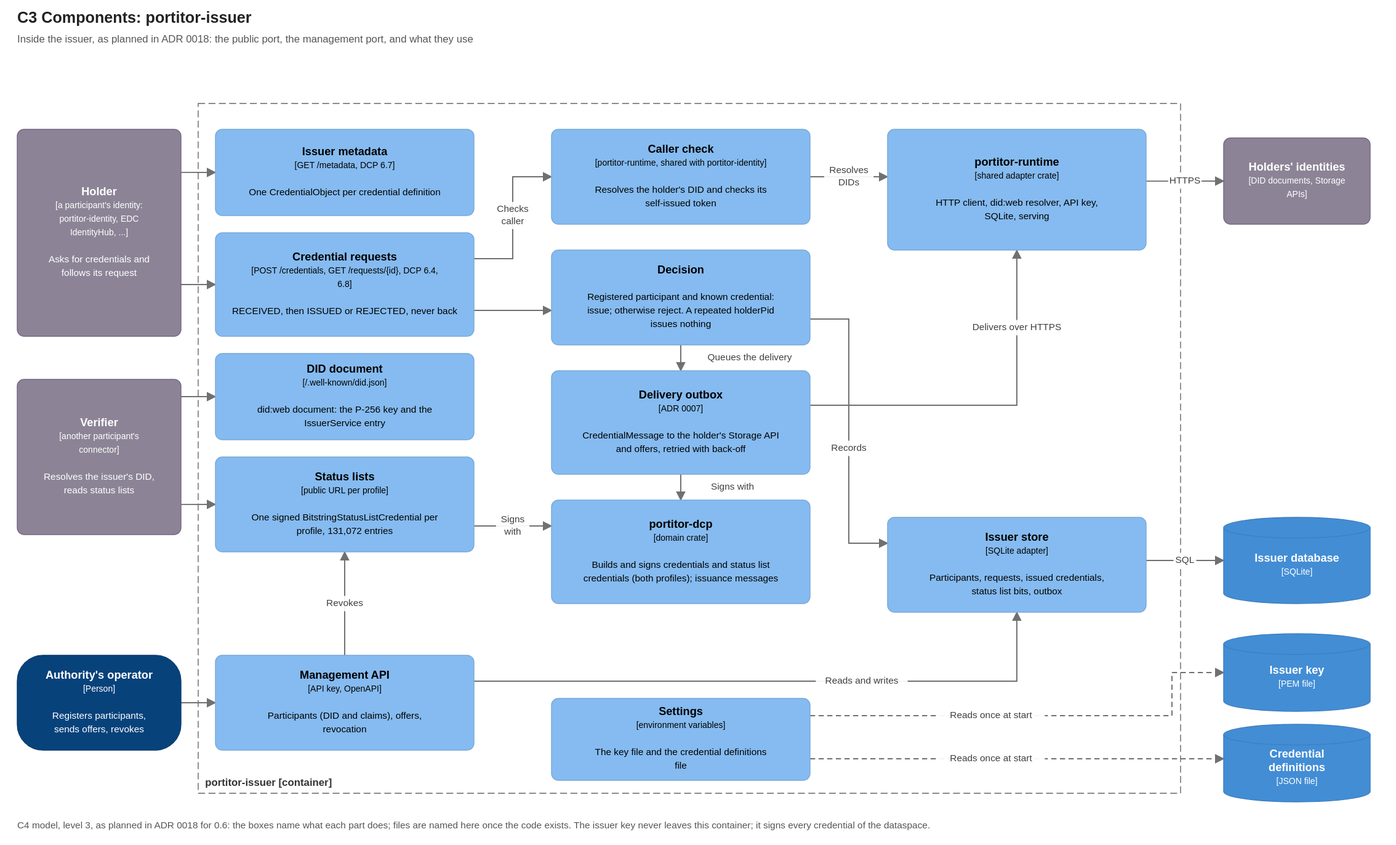
Above: docs/diagrams/c3-issuer-components.drawio.svg in brunopacheco1/ldsc (draw.io), before the change. Source tidied: cells renumbered, new cells last; positions are measured from the earlier drawing's top-left corner, leaving out a move shared by most shapes.
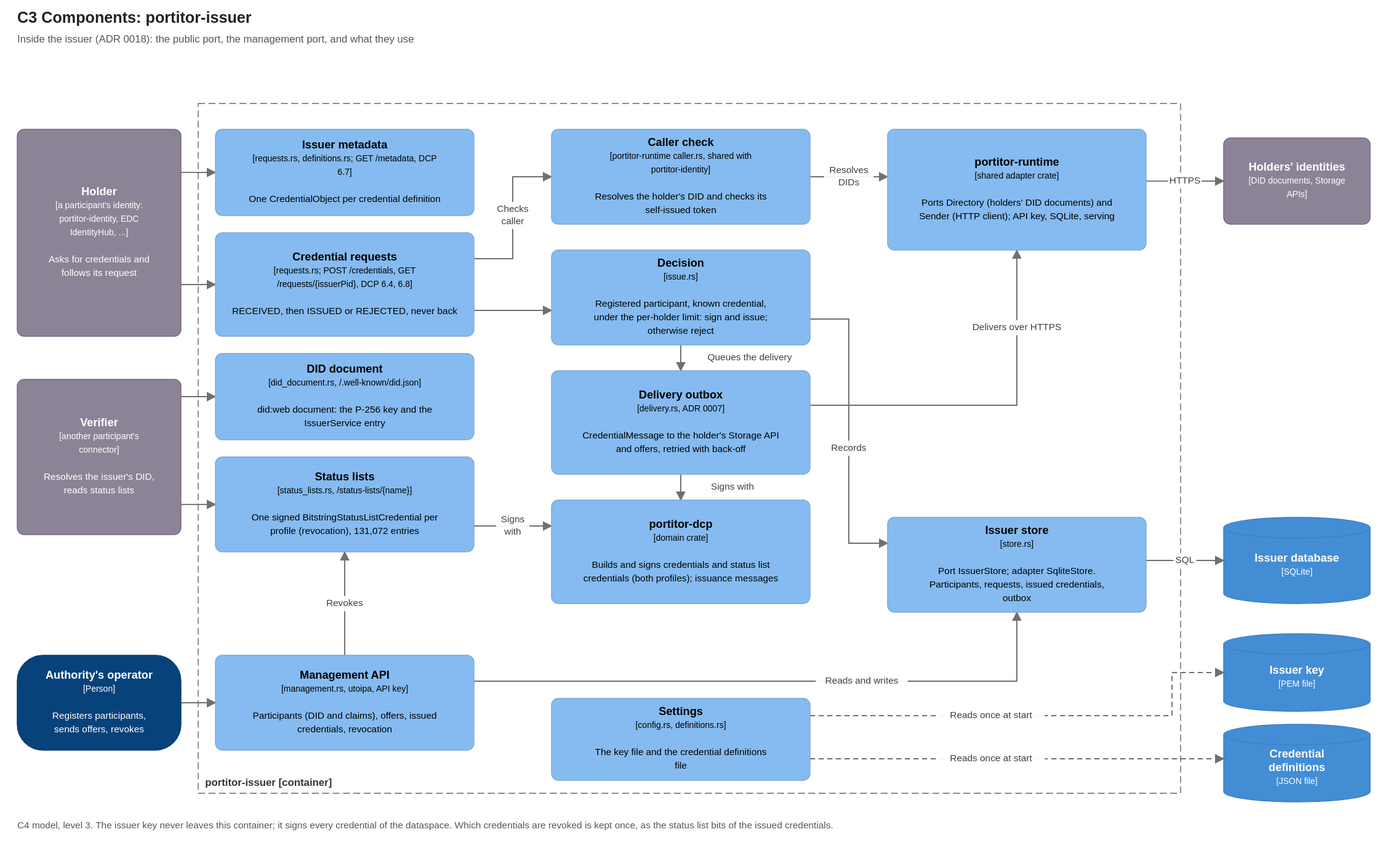
The same diagram one commit later.

What changed in the source:
```diff
@@ -14,40 +14,40 @@
     <mxCell id="5" value="&lt;b&gt;Authority&amp;#x27;s operator&lt;/b&gt;&lt;br&gt;&lt;font style=&quot;font-size:10px&quot;&gt;[Person]&lt;/font&gt;&lt;br&gt;&lt;br&gt;&lt;font style=&quot;font-size:11px&quot;&gt;Registers participants, sends offers, revokes&lt;/font&gt;" style="rounded=1;arcSize=30;whiteSpace=wrap;html=1;fillColor=#08427B;strokeColor=#073B6F;fontColor=#FFFFFF;fontSize=13;align=center;verticalAlign=middle;c4Kind=person;c4Name=Authority's operator;" parent="1" vertex="1">
       <mxGeometry y="640" width="190" height="110" as="geometry" />
     </mxCell>
-    <mxCell id="6" value="&lt;b&gt;Issuer metadata&lt;/b&gt;&lt;br&gt;&lt;font style=&quot;font-size:10px&quot;&gt;[GET /metadata, DCP 6.7]&lt;/font&gt;&lt;br&gt;&lt;br&gt;&lt;font style=&quot;font-size:11px&quot;&gt;One CredentialObject per credential definition&lt;/font&gt;" style="rounded=1;arcSize=8;whiteSpace=wrap;html=1;fillColor=#85BBF0;strokeColor=#78A8D8;fontColor=#000000;fontSize=13;align=center;verticalAlign=middle;c4Kind=component;c4Name=Issuer metadata;" parent="1" vertex="1">
+    <mxCell id="6" value="&lt;b&gt;Issuer metadata&lt;/b&gt;&lt;br&gt;&lt;font style=&quot;font-size:10px&quot;&gt;[requests.rs, definitions.rs; GET /metadata, DCP 6.7]&lt;/font&gt;&lt;br&gt;&lt;br&gt;&lt;font style=&quot;font-size:11px&quot;&gt;One CredentialObject per credential definition&lt;/font&gt;" style="rounded=1;arcSize=8;whiteSpace=wrap;html=1;fillColor=#85BBF0;strokeColor=#78A8D8;fontColor=#000000;fontSize=13;align=center;verticalAlign=middle;c4Kind=component;c4Name=Issuer metadata;" parent="1" vertex="1">
       <mxGeometry x="230" y="30" width="300" height="100" as="geometry" />
     </mxCell>
-    <mxCell id="7" value="&lt;b&gt;Credential requests&lt;/b&gt;&lt;br&gt;&lt;font style=&quot;font-size:10px&quot;&gt;[POST /credentials, GET /requests/{id}, DCP 6.4, 6.8]&lt;/font&gt;&lt;br&gt;&lt;br&gt;&lt;font style=&quot;font-size:11px&quot;&gt;RECEIVED, then ISSUED or REJECTED, never back&lt;/font&gt;" style="rounded=1;arcSize=8;whiteSpace=wrap;html=1;fillColor=#85BBF0;strokeColor=#78A8D8;fontColor=#000000;fontSize=13;align=center;verticalAlign=middle;c4Kind=component;c4Name=Credential requests;" parent="1" vertex="1">
+    <mxCell id="7" value="&lt;b&gt;Credential requests&lt;/b&gt;&lt;br&gt;&lt;font style=&quot;font-size:10px&quot;&gt;[requests.rs; POST /credentials, GET /requests/{issuerPid}, DCP 6.4, 6.8]&lt;/font&gt;&lt;br&gt;&lt;br&gt;&lt;font style=&quot;font-size:11px&quot;&gt;RECEIVED, then ISSUED or REJECTED, never back&lt;/font&gt;" style="rounded=1;arcSize=8;whiteSpace=wrap;html=1;fillColor=#85BBF0;strokeColor=#78A8D8;fontColor=#000000;fontSize=13;align=center;verticalAlign=middle;c4Kind=component;c4Name=Credential requests;" parent="1" vertex="1">
       <mxGeometry x="230" y="150" width="300" height="120" as="geometry" />
     </mxCell>
-    <mxCell id="8" value="&lt;b&gt;DID document&lt;/b&gt;&lt;br&gt;&lt;font style=&quot;font-size:10px&quot;&gt;[/.well-known/did.json]&lt;/font&gt;&lt;br&gt;&lt;br&gt;&lt;font style=&quot;font-size:11px&quot;&gt;did:web document: the P-256 key and the IssuerService entry&lt;/font&gt;" style="rounded=1;arcSize=8;whiteSpace=wrap;html=1;fillColor=#85BBF0;strokeColor=#78A8D8;fontColor=#000000;fontSize=13;align=center;verticalAlign=middle;c4Kind=component;c4Name=DID document;" parent="1" vertex="1">
+    <mxCell id="8" value="&lt;b&gt;DID document&lt;/b&gt;&lt;br&gt;&lt;font style=&quot;font-size:10px&quot;&gt;[did_document.rs, /.well-known/did.json]&lt;/font&gt;&lt;br&gt;&lt;br&gt;&lt;font style=&quot;font-size:11px&quot;&gt;did:web document: the P-256 key and the IssuerService entry&lt;/font&gt;" style="rounded=1;arcSize=8;whiteSpace=wrap;html=1;fillColor=#85BBF0;strokeColor=#78A8D8;fontColor=#000000;fontSize=13;align=center;verticalAlign=middle;c4Kind=component;c4Name=DID document;" parent="1" vertex="1">
       <mxGeometry x="230" y="290" width="300" height="100" as="geometry" />
     </mxCell>
-    <mxCell id="9" value="&lt;b&gt;Status lists&lt;/b&gt;&lt;br&gt;&lt;font style=&quot;font-size:10px&quot;&gt;[public URL per profile]&lt;/font&gt;&lt;br&gt;&lt;br&gt;&lt;font style=&quot;font-size:11px&quot;&gt;One signed BitstringStatusListCredential per profile, 131,072 entries&lt;/font&gt;" style="rounded=1;arcSize=8;whiteSpace=wrap;html=1;fillColor=#85BBF0;strokeColor=#78A8D8;fontColor=#000000;fontSize=13;align=center;verticalAlign=middle;c4Kind=component;c4Name=Status lists;" parent="1" vertex="1">
+    <mxCell id="9" value="&lt;b&gt;Status lists&lt;/b&gt;&lt;br&gt;&lt;font style=&quot;font-size:10px&quot;&gt;[status_lists.rs, /status-lists/{name}]&lt;/font&gt;&lt;br&gt;&lt;br&gt;&lt;font style=&quot;font-size:11px&quot;&gt;One signed BitstringStatusListCredential per profile (revocation), 131,072 entries&lt;/font&gt;" style="rounded=1;arcSize=8;whiteSpace=wrap;html=1;fillColor=#85BBF0;strokeColor=#78A8D8;fontColor=#000000;fontSize=13;align=center;verticalAlign=middle;c4Kind=component;c4Name=Status lists;" parent="1" vertex="1">
       <mxGeometry x="230" y="410" width="300" height="110" as="geometry" />
     </mxCell>
-    <mxCell id="10" value="&lt;b&gt;Management API&lt;/b&gt;&lt;br&gt;&lt;font style=&quot;font-size:10px&quot;&gt;[API key, OpenAPI]&lt;/font&gt;&lt;br&gt;&lt;br&gt;&lt;font style=&quot;font-size:11px&quot;&gt;Participants (DID and claims), offers, revocation&lt;/font&gt;" style="rounded=1;arcSize=8;whiteSpace=wrap;html=1;fillColor=#85BBF0;strokeColor=#78A8D8;fontColor=#000000;fontSize=13;align=center;verticalAlign=middle;c4Kind=component;c4Name=Management API;" parent="1" vertex="1">
+    <mxCell id="10" value="&lt;b&gt;Management API&lt;/b&gt;&lt;br&gt;&lt;font style=&quot;font-size:10px&quot;&gt;[management.rs, utoipa, API key]&lt;/font&gt;&lt;br&gt;&lt;br&gt;&lt;font style=&quot;font-size:11px&quot;&gt;Participants (DID and claims), offers, issued credentials, revocation&lt;/font&gt;" style="rounded=1;arcSize=8;whiteSpace=wrap;html=1;fillColor=#85BBF0;strokeColor=#78A8D8;fontColor=#000000;fontSize=13;align=center;verticalAlign=middle;c4Kind=component;c4Name=Management API;" parent="1" vertex="1">
       <mxGeometry x="230" y="640" width="300" height="110" as="geometry" />
     </mxCell>
-    <mxCell id="11" value="&lt;b&gt;Caller check&lt;/b&gt;&lt;br&gt;&lt;font style=&quot;font-size:10px&quot;&gt;[portitor-runtime, shared with portitor-identity]&lt;/font&gt;&lt;br&gt;&lt;br&gt;&lt;font style=&quot;font-size:11px&quot;&gt;Resolves the holder&amp;#x27;s DID and checks its self-issued token&lt;/font&gt;" style="rounded=1;arcSize=8;whiteSpace=wrap;html=1;fillColor=#85BBF0;strokeColor=#78A8D8;fontColor=#000000;fontSize=13;align=center;verticalAlign=middle;c4Kind=component;c4Name=Caller check;" parent="1" vertex="1">
+    <mxCell id="11" value="&lt;b&gt;Caller check&lt;/b&gt;&lt;br&gt;&lt;font style=&quot;font-size:10px&quot;&gt;[portitor-runtime caller.rs, shared with portitor-identity]&lt;/font&gt;&lt;br&gt;&lt;br&gt;&lt;font style=&quot;font-size:11px&quot;&gt;Resolves the holder&amp;#x27;s DID and checks its self-issued token&lt;/font&gt;" style="rounded=1;arcSize=8;whiteSpace=wrap;html=1;fillColor=#85BBF0;strokeColor=#78A8D8;fontColor=#000000;fontSize=13;align=center;verticalAlign=middle;c4Kind=component;c4Name=Caller check;" parent="1" vertex="1">
       <mxGeometry x="620" y="30" width="300" height="110" as="geometry" />
     </mxCell>
-    <mxCell id="12" value="&lt;b&gt;Decision&lt;/b&gt;&lt;br&gt;&lt;br&gt;&lt;font style=&quot;font-size:11px&quot;&gt;Registered participant and known credential: issue; otherwise reject. A repeated holderPid issues nothing&lt;/font&gt;" style="rounded=1;arcSize=8;whiteSpace=wrap;html=1;fillColor=#85BBF0;strokeColor=#78A8D8;fontColor=#000000;fontSize=13;align=center;verticalAlign=middle;c4Kind=component;c4Name=Decision;" parent="1" vertex="1">
+    <mxCell id="12" value="&lt;b&gt;Decision&lt;/b&gt;&lt;br&gt;&lt;font style=&quot;font-size:10px&quot;&gt;[issue.rs]&lt;/font&gt;&lt;br&gt;&lt;br&gt;&lt;font style=&quot;font-size:11px&quot;&gt;Registered participant, known credential, under the per-holder limit: sign and issue; otherwise reject&lt;/font&gt;" style="rounded=1;arcSize=8;whiteSpace=wrap;html=1;fillColor=#85BBF0;strokeColor=#78A8D8;fontColor=#000000;fontSize=13;align=center;verticalAlign=middle;c4Kind=component;c4Name=Decision;" parent="1" vertex="1">
       <mxGeometry x="620" y="170" width="300" height="110" as="geometry" />
     </mxCell>
-    <mxCell id="13" value="&lt;b&gt;Delivery outbox&lt;/b&gt;&lt;br&gt;&lt;font style=&quot;font-size:10px&quot;&gt;[ADR 0007]&lt;/font&gt;&lt;br&gt;&lt;br&gt;&lt;font style=&quot;font-size:11px&quot;&gt;CredentialMessage to the holder&amp;#x27;s Storage API and offers, retried with back-off&lt;/font&gt;" style="rounded=1;arcSize=8;whiteSpace=wrap;html=1;fillColor=#85BBF0;strokeColor=#78A8D8;fontColor=#000000;fontSize=13;align=center;verticalAlign=middle;c4Kind=component;c4Name=Delivery outbox;" parent="1" vertex="1">
+    <mxCell id="13" value="&lt;b&gt;Delivery outbox&lt;/b&gt;&lt;br&gt;&lt;font style=&quot;font-size:10px&quot;&gt;[delivery.rs, ADR 0007]&lt;/font&gt;&lt;br&gt;&lt;br&gt;&lt;font style=&quot;font-size:11px&quot;&gt;CredentialMessage to the holder&amp;#x27;s Storage API and offers, retried with back-off&lt;/font&gt;" style="rounded=1;arcSize=8;whiteSpace=wrap;html=1;fillColor=#85BBF0;strokeColor=#78A8D8;fontColor=#000000;fontSize=13;align=center;verticalAlign=middle;c4Kind=component;c4Name=Delivery outbox;" parent="1" vertex="1">
       <mxGeometry x="620" y="310" width="300" height="120" as="geometry" />
     </mxCell>
     <mxCell id="14" value="&lt;b&gt;portitor-dcp&lt;/b&gt;&lt;br&gt;&lt;font style=&quot;font-size:10px&quot;&gt;[domain crate]&lt;/font&gt;&lt;br&gt;&lt;br&gt;&lt;font style=&quot;font-size:11px&quot;&gt;Builds and signs credentials and status list credentials (both profiles); issuance messages&lt;/font&gt;" style="rounded=1;arcSize=8;whiteSpace=wrap;html=1;fillColor=#85BBF0;strokeColor=#78A8D8;fontColor=#000000;fontSize=13;align=center;verticalAlign=middle;c4Kind=component;c4Name=portitor-dcp;" parent="1" vertex="1">
       <mxGeometry x="620" y="460" width="300" height="120" as="geometry" />
     </mxCell>
-    <mxCell id="15" value="&lt;b&gt;Settings&lt;/b&gt;&lt;br&gt;&lt;font style=&quot;font-size:10px&quot;&gt;[environment variables]&lt;/font&gt;&lt;br&gt;&lt;br&gt;&lt;font style=&quot;font-size:11px&quot;&gt;The key file and the credential definitions file&lt;/font&gt;" style="rounded=1;arcSize=8;whiteSpace=wrap;html=1;fillColor=#85BBF0;strokeColor=#78A8D8;fontColor=#000000;fontSize=13;align=center;verticalAlign=middle;c4Kind=component;c4Name=Settings;" parent="1" vertex="1">
+    <mxCell id="15" value="&lt;b&gt;Settings&lt;/b&gt;&lt;br&gt;&lt;font style=&quot;font-size:10px&quot;&gt;[config.rs, definitions.rs]&lt;/font&gt;&lt;br&gt;&lt;br&gt;&lt;font style=&quot;font-size:11px&quot;&gt;The key file and the credential definitions file&lt;/font&gt;" style="rounded=1;arcSize=8;whiteSpace=wrap;html=1;fillColor=#85BBF0;strokeColor=#78A8D8;fontColor=#000000;fontSize=13;align=center;verticalAlign=middle;c4Kind=component;c4Name=Settings;" parent="1" vertex="1">
       <mxGeometry x="620" y="690" width="300" height="95" as="geometry" />
     </mxCell>
-    <mxCell id="16" value="&lt;b&gt;portitor-runtime&lt;/b&gt;&lt;br&gt;&lt;font style=&quot;font-size:10px&quot;&gt;[shared adapter crate]&lt;/font&gt;&lt;br&gt;&lt;br&gt;&lt;font style=&quot;font-size:11px&quot;&gt;HTTP client, did:web resolver, API key, SQLite, serving&lt;/font&gt;" style="rounded=1;arcSize=8;whiteSpace=wrap;html=1;fillColor=#85BBF0;strokeColor=#78A8D8;fontColor=#000000;fontSize=13;align=center;verticalAlign=middle;c4Kind=component;c4Name=portitor-runtime;" parent="1" vertex="1">
+    <mxCell id="16" value="&lt;b&gt;portitor-runtime&lt;/b&gt;&lt;br&gt;&lt;font style=&quot;font-size:10px&quot;&gt;[shared adapter crate]&lt;/font&gt;&lt;br&gt;&lt;br&gt;&lt;font style=&quot;font-size:11px&quot;&gt;Ports Directory (holders&amp;#x27; DID documents) and Sender (HTTP client); API key, SQLite, serving&lt;/font&gt;" style="rounded=1;arcSize=8;whiteSpace=wrap;html=1;fillColor=#85BBF0;strokeColor=#78A8D8;fontColor=#000000;fontSize=13;align=center;verticalAlign=middle;c4Kind=component;c4Name=portitor-runtime;" parent="1" vertex="1">
       <mxGeometry x="1010" y="30" width="300" height="140" as="geometry" />
     </mxCell>
-    <mxCell id="17" value="&lt;b&gt;Issuer store&lt;/b&gt;&lt;br&gt;&lt;font style=&quot;font-size:10px&quot;&gt;[SQLite adapter]&lt;/font&gt;&lt;br&gt;&lt;br&gt;&lt;font style=&quot;font-size:11px&quot;&gt;Participants, requests, issued credentials, status list bits, outbox&lt;/font&gt;" style="rounded=1;arcSize=8;whiteSpace=wrap;html=1;fillColor=#85BBF0;strokeColor=#78A8D8;fontColor=#000000;fontSize=13;align=center;verticalAlign=middle;c4Kind=component;c4Name=Issuer store;" parent="1" vertex="1">
+    <mxCell id="17" value="&lt;b&gt;Issuer store&lt;/b&gt;&lt;br&gt;&lt;font style=&quot;font-size:10px&quot;&gt;[store.rs]&lt;/font&gt;&lt;br&gt;&lt;br&gt;&lt;font style=&quot;font-size:11px&quot;&gt;Port IssuerStore; adapter SqliteStore. Participants, requests, issued credentials, outbox&lt;/font&gt;" style="rounded=1;arcSize=8;whiteSpace=wrap;html=1;fillColor=#85BBF0;strokeColor=#78A8D8;fontColor=#000000;fontSize=13;align=center;verticalAlign=middle;c4Kind=component;c4Name=Issuer store;" parent="1" vertex="1">
       <mxGeometry x="1010" y="480" width="300" height="110" as="geometry" />
     </mxCell>
     <mxCell id="18" value="&lt;b&gt;Holders&amp;#x27; identities&lt;/b&gt;&lt;br&gt;&lt;font style=&quot;font-size:10px&quot;&gt;[DID documents, Storage APIs]&lt;/font&gt;" style="rounded=1;arcSize=8;whiteSpace=wrap;html=1;fillColor=#8C8496;strokeColor=#736782;fontColor=#FFFFFF;fontSize=13;align=center;verticalAlign=middle;c4Kind=external;c4Name=Holders' identities;" parent="1" vertex="1">
@@ -142,7 +142,7 @@
     <mxCell id="40" value="Reads once at start" style="endArrow=blockThin;endFill=1;html=1;rounded=0;strokeColor=#707070;fontSize=11;fontColor=#404040;labelBackgroundColor=#FFFFFF;dashed=1;exitX=1.000;exitY=0.737;exitPerimeter=0;entryX=0.000;entryY=0.444;entryPerimeter=0;" parent="1" edge="1" source="15" target="21">
       <mxGeometry relative="1" as="geometry" />
     </mxCell>
-    <mxCell id="41" value="C4 model, level 3, as planned in ADR 0018 for 0.6: the boxes name what each part does; files are named here once the code exists. The issuer key never leaves this container; it signs every credential of the dataspace." style="text;html=1;align=left;verticalAlign=top;fontSize=11;fontColor=#555555;whiteSpace=wrap;" parent="1" vertex="1">
+    <mxCell id="41" value="C4 model, level 3. The issuer key never leaves this container; it signs every credential of the dataspace. Which credentials are revoked is kept once, as the status list bits of the issued credentials." style="text;html=1;align=left;verticalAlign=top;fontSize=11;fontColor=#555555;whiteSpace=wrap;" parent="1" vertex="1">
       <mxGeometry y="820" width="1580" height="40" as="geometry" />
     </mxCell>
   </root>
```
